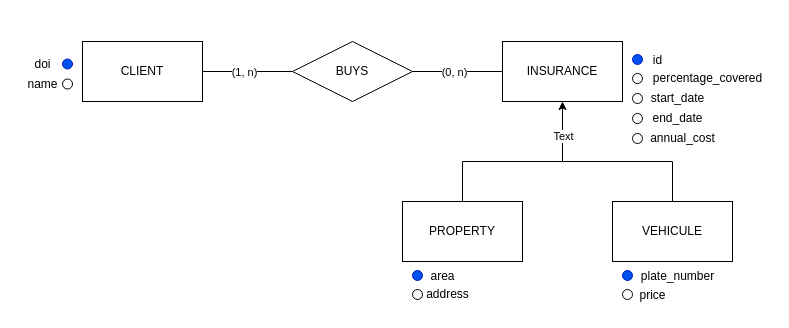
Earlier version of the draw.io diagram Ejercicio_4/Conceptual.drawio (aruizgg/curso-sql). Source tidied: cells renumbered, new cells numbered last; positions are measured from the earlier drawing's top-left corner, leaving out a move shared by most shapes. Both pictures are drawn from the tidied source at 100%, with x=0, y=0 at pixel (17, 41).
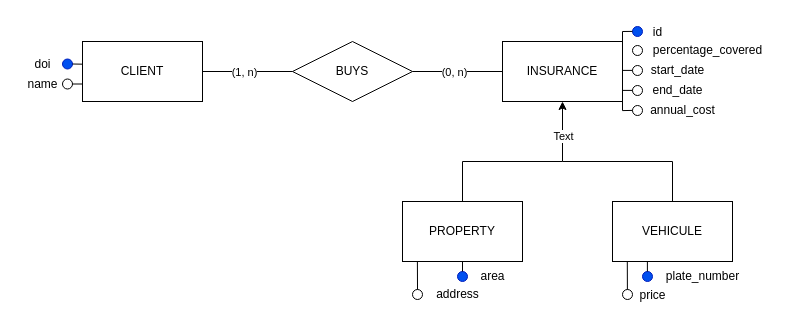
After the change.

Unchanged cells that the change refers to:
```xml
<mxCell id="2" value="CLIENT" style="rounded=0;whiteSpace=wrap;html=1;" parent="1" vertex="1">
  <mxGeometry x="65" width="120" height="60" as="geometry" />
</mxCell>
<mxCell id="3" value="INSURANCE" style="rounded=0;whiteSpace=wrap;html=1;" parent="1" vertex="1">
  <mxGeometry x="485" width="120" height="60" as="geometry" />
</mxCell>
<mxCell id="9" style="ellipse;whiteSpace=wrap;html=1;fillColor=#0050ef;fontColor=#ffffff;strokeColor=#001DBC;" parent="1" vertex="1">
  <mxGeometry x="45" y="17.5" width="10" height="10" as="geometry" />
</mxCell>
<mxCell id="23" value="PROPERTY" style="rounded=0;whiteSpace=wrap;html=1;" parent="1" vertex="1">
  <mxGeometry x="385" y="160" width="120" height="60" as="geometry" />
</mxCell>
<mxCell id="33" style="ellipse;whiteSpace=wrap;html=1;" parent="1" vertex="1">
  <mxGeometry x="395" y="248" width="10" height="10" as="geometry" />
</mxCell>
```

Change to the diagram source:
```diff
@@
     <mxCell id="13" style="ellipse;whiteSpace=wrap;html=1;fillColor=#0050ef;fontColor=#ffffff;strokeColor=#001DBC;" parent="1" vertex="1">
-      <mxGeometry x="615" y="13" width="10" height="10" as="geometry" />
+      <mxGeometry x="615" y="-15" width="10" height="10" as="geometry" />
     </mxCell>
     <mxCell id="14" style="ellipse;whiteSpace=wrap;html=1;" parent="1" vertex="1">
-      <mxGeometry x="615" y="32" width="10" height="10" as="geometry" />
+      <mxGeometry x="615" y="4" width="10" height="10" as="geometry" />
     </mxCell>
     <mxCell id="15" value="id" style="text;html=1;align=center;verticalAlign=middle;strokeColor=none;fillColor=none;" parent="1" vertex="1">
-      <mxGeometry x="625" y="4" width="30" height="30" as="geometry" />
+      <mxGeometry x="625" y="-24" width="30" height="30" as="geometry" />
     </mxCell>
     <mxCell id="16" value="percentage_covered" style="text;html=1;align=center;verticalAlign=middle;strokeColor=none;fillColor=none;" parent="1" vertex="1">
-      <mxGeometry x="625" y="22" width="130" height="30" as="geometry" />
+      <mxGeometry x="625" y="-6" width="130" height="30" as="geometry" />
     </mxCell>
     <mxCell id="17" style="ellipse;whiteSpace=wrap;html=1;" parent="1" vertex="1">
-      <mxGeometry x="615" y="52" width="10" height="10" as="geometry" />
+      <mxGeometry x="615" y="24" width="10" height="10" as="geometry" />
     </mxCell>
     <mxCell id="18" value="start_date" style="text;html=1;align=center;verticalAlign=middle;strokeColor=none;fillColor=none;" parent="1" vertex="1">
-      <mxGeometry x="620" y="42" width="80" height="30" as="geometry" />
+      <mxGeometry x="620" y="14" width="80" height="30" as="geometry" />
     </mxCell>
     <mxCell id="19" style="ellipse;whiteSpace=wrap;html=1;" parent="1" vertex="1">
-      <mxGeometry x="615" y="72" width="10" height="10" as="geometry" />
+      <mxGeometry x="615" y="44" width="10" height="10" as="geometry" />
     </mxCell>
     <mxCell id="20" value="end_date" style="text;html=1;align=center;verticalAlign=middle;strokeColor=none;fillColor=none;" parent="1" vertex="1">
-      <mxGeometry x="625" y="62" width="70" height="30" as="geometry" />
+      <mxGeometry x="625" y="34" width="70" height="30" as="geometry" />
     </mxCell>
     <mxCell id="21" style="ellipse;whiteSpace=wrap;html=1;" parent="1" vertex="1">
-      <mxGeometry x="615" y="92" width="10" height="10" as="geometry" />
+      <mxGeometry x="615" y="64" width="10" height="10" as="geometry" />
     </mxCell>
     <mxCell id="22" value="annual_cost" style="text;html=1;align=center;verticalAlign=middle;strokeColor=none;fillColor=none;" parent="1" vertex="1">
-      <mxGeometry x="620" y="82" width="90" height="30" as="geometry" />
+      <mxGeometry x="620" y="54" width="90" height="30" as="geometry" />
     </mxCell>
@@
     <mxCell id="28" style="ellipse;whiteSpace=wrap;html=1;fillColor=#0050ef;fontColor=#ffffff;strokeColor=#001DBC;" parent="1" vertex="1">
-      <mxGeometry x="605" y="229" width="10" height="10" as="geometry" />
+      <mxGeometry x="625" y="230" width="10" height="10" as="geometry" />
     </mxCell>
@@
     <mxCell id="30" value="plate_number" style="text;html=1;align=center;verticalAlign=middle;strokeColor=none;fillColor=none;" parent="1" vertex="1">
-      <mxGeometry x="610" y="220" width="100" height="30" as="geometry" />
+      <mxGeometry x="635" y="220" width="100" height="30" as="geometry" />
     </mxCell>
@@
     <mxCell id="32" style="ellipse;whiteSpace=wrap;html=1;fillColor=#0050ef;fontColor=#ffffff;strokeColor=#001DBC;" parent="1" vertex="1">
-      <mxGeometry x="395" y="229" width="10" height="10" as="geometry" />
+      <mxGeometry x="440" y="230" width="10" height="10" as="geometry" />
     </mxCell>
@@
     <mxCell id="34" value="area" style="text;html=1;align=center;verticalAlign=middle;strokeColor=none;fillColor=none;" parent="1" vertex="1">
-      <mxGeometry x="400" y="220" width="50" height="30" as="geometry" />
+      <mxGeometry x="450" y="220" width="50" height="30" as="geometry" />
     </mxCell>
     <mxCell id="35" value="address" style="text;html=1;align=center;verticalAlign=middle;strokeColor=none;fillColor=none;" parent="1" vertex="1">
-      <mxGeometry x="395" y="238" width="70" height="30" as="geometry" />
+      <mxGeometry x="405" y="238" width="70" height="30" as="geometry" />
     </mxCell>
+    <mxCell id="36" style="endArrow=none;html=1;rounded=0;entryX=0.001;entryY=0.378;entryDx=0;entryDy=0;entryPerimeter=0;exitX=1;exitY=0.5;exitDx=0;exitDy=0;" parent="1" edge="1" source="9" target="2">
+      <mxGeometry relative="1" as="geometry" />
+    </mxCell>
+    <mxCell id="37" style="endArrow=none;html=1;rounded=0;entryX=0.001;entryY=0.378;entryDx=0;entryDy=0;entryPerimeter=0;exitX=1;exitY=0.5;exitDx=0;exitDy=0;" parent="1" edge="1">
+      <mxGeometry relative="1" as="geometry">
+        <mxPoint x="55" y="42.5" as="sourcePoint" />
+        <mxPoint x="65" y="42.5" as="targetPoint" />
+      </mxGeometry>
+    </mxCell>
+    <mxCell id="38" style="endArrow=none;html=1;rounded=0;entryX=0.001;entryY=0.378;entryDx=0;entryDy=0;entryPerimeter=0;exitX=1;exitY=0.5;exitDx=0;exitDy=0;" parent="1" edge="1">
+      <mxGeometry relative="1" as="geometry">
+        <mxPoint x="605" y="28.9" as="sourcePoint" />
+        <mxPoint x="615" y="28.9" as="targetPoint" />
+      </mxGeometry>
+    </mxCell>
+    <mxCell id="39" style="endArrow=none;html=1;rounded=0;entryX=0.001;entryY=0.378;entryDx=0;entryDy=0;entryPerimeter=0;exitX=1;exitY=0.5;exitDx=0;exitDy=0;" parent="1" edge="1">
+      <mxGeometry relative="1" as="geometry">
+        <mxPoint x="605" y="48.9" as="sourcePoint" />
+        <mxPoint x="615" y="48.9" as="targetPoint" />
+      </mxGeometry>
+    </mxCell>
+    <mxCell id="40" style="endArrow=none;html=1;rounded=0;entryX=0.001;entryY=0.378;entryDx=0;entryDy=0;entryPerimeter=0;exitX=1;exitY=1;exitDx=0;exitDy=0;" parent="1" edge="1" source="3">
+      <mxGeometry relative="1" as="geometry">
+        <mxPoint x="615" y="68.9" as="targetPoint" />
+        <Array as="points">
+          <mxPoint x="605" y="69.1" />
+        </Array>
+      </mxGeometry>
+    </mxCell>
+    <mxCell id="41" style="endArrow=none;html=1;rounded=0;entryX=0.001;entryY=0.378;entryDx=0;entryDy=0;entryPerimeter=0;exitX=1;exitY=0;exitDx=0;exitDy=0;" parent="1" edge="1" source="3">
+      <mxGeometry relative="1" as="geometry">
+        <mxPoint x="615" y="-10.1" as="targetPoint" />
+        <Array as="points">
+          <mxPoint x="605" y="-10" />
+        </Array>
+      </mxGeometry>
+    </mxCell>
+    <mxCell id="42" style="endArrow=none;html=1;rounded=0;entryX=0.5;entryY=1;entryDx=0;entryDy=0;exitX=0.5;exitY=0;exitDx=0;exitDy=0;" parent="1" edge="1" source="32" target="23">
+      <mxGeometry relative="1" as="geometry" />
+    </mxCell>
+    <mxCell id="43" style="endArrow=none;html=1;rounded=0;entryX=0.5;entryY=1;entryDx=0;entryDy=0;exitX=0.5;exitY=0;exitDx=0;exitDy=0;" parent="1" edge="1" source="33">
+      <mxGeometry relative="1" as="geometry">
+        <mxPoint x="399.9" y="220" as="targetPoint" />
+      </mxGeometry>
+    </mxCell>
+    <mxCell id="44" style="endArrow=none;html=1;rounded=0;entryX=0.5;entryY=1;entryDx=0;entryDy=0;exitX=0.5;exitY=0;exitDx=0;exitDy=0;" parent="1" edge="1">
+      <mxGeometry relative="1" as="geometry">
+        <mxPoint x="609.9" y="248" as="sourcePoint" />
+        <mxPoint x="609.8" y="220" as="targetPoint" />
+      </mxGeometry>
+    </mxCell>
+    <mxCell id="45" style="endArrow=none;html=1;rounded=0;entryX=0.5;entryY=1;entryDx=0;entryDy=0;exitX=0.5;exitY=0;exitDx=0;exitDy=0;" parent="1" edge="1">
+      <mxGeometry relative="1" as="geometry">
+        <mxPoint x="629.9" y="230" as="sourcePoint" />
+        <mxPoint x="629.9" y="220" as="targetPoint" />
+      </mxGeometry>
+    </mxCell>
```
